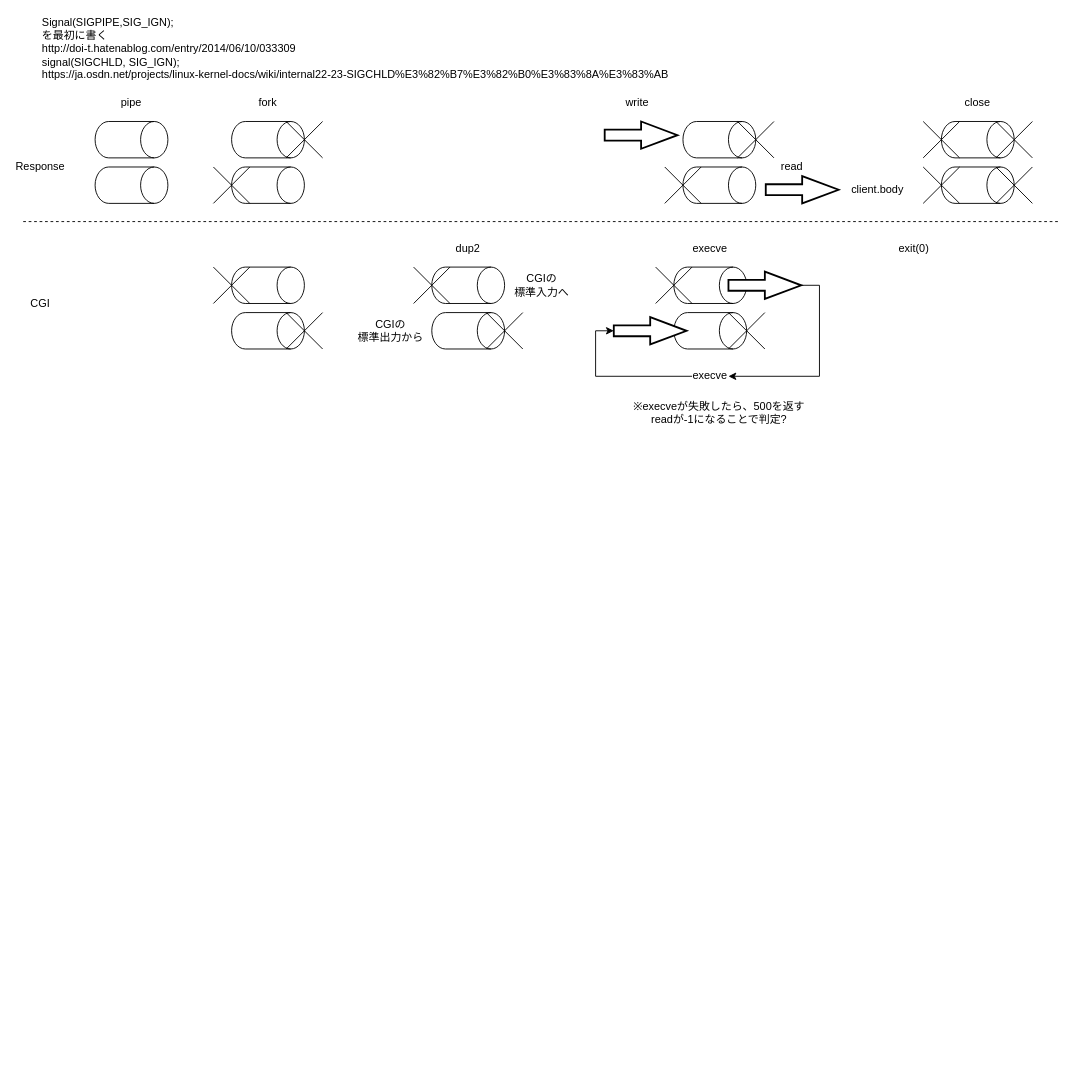
This is drawio/cgi.dio from hiroin/webserv, a draw.io file, before an edit. Source tidied: cells renumbered, new cells numbered last; positions are measured from the earlier drawing's top-left corner, leaving out a move shared by most shapes. Both pictures are drawn from the tidied source at 91%, with x=0, y=0 at pixel (22, 21).
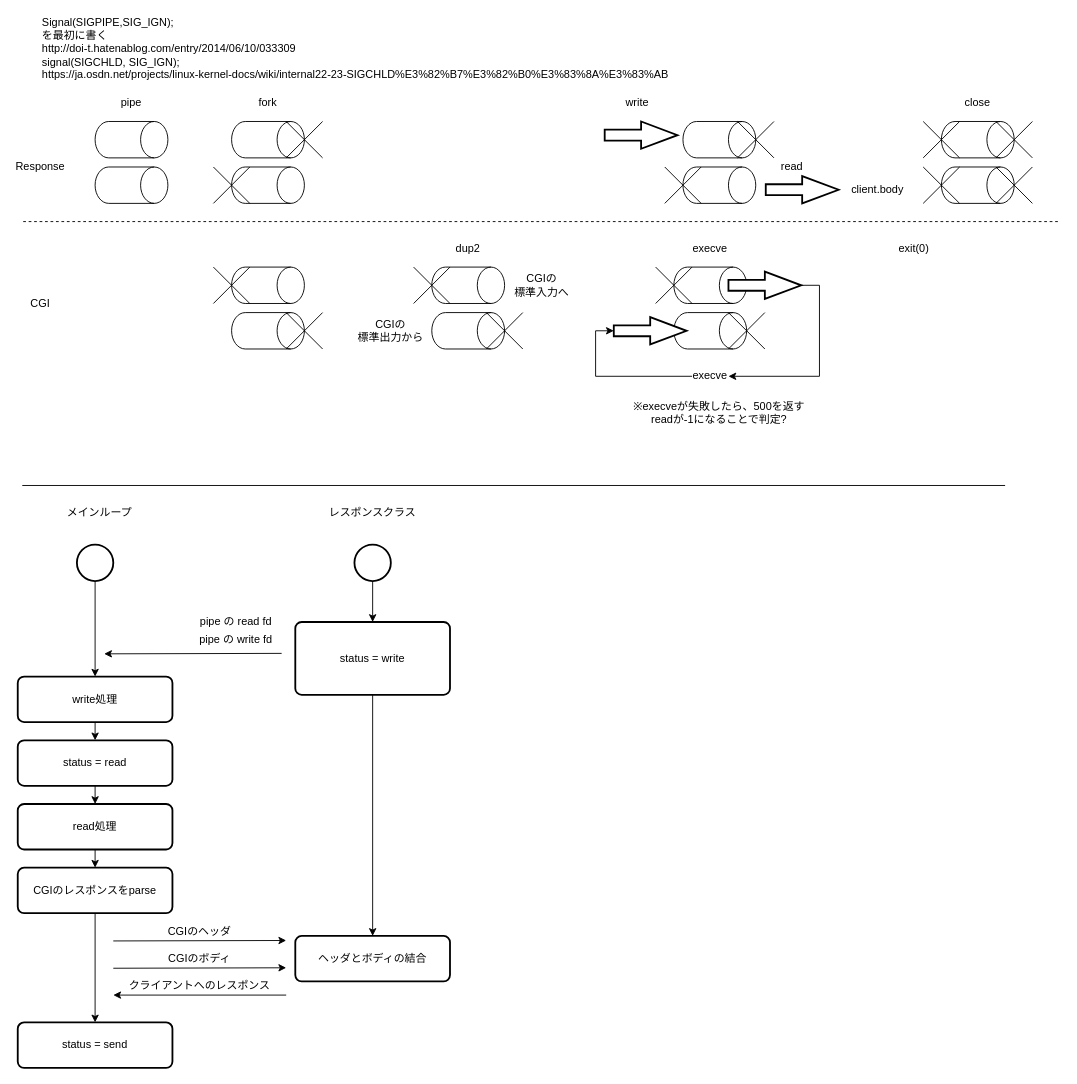
The same diagram, later.

Diff of the diagram source:
```diff
@@
+    <mxCell id="81" style="edgeStyle=orthogonalEdgeStyle;rounded=0;jettySize=auto;html=1;exitX=0.5;exitY=1;exitDx=0;exitDy=0;exitPerimeter=0;entryX=0.5;entryY=0;entryDx=0;entryDy=0;" parent="1" edge="1" source="82" target="84">
+      <mxGeometry relative="1" as="geometry" />
+    </mxCell>
+    <mxCell id="82" style="strokeWidth=2;html=1;shape=mxgraph.flowchart.start_2;whiteSpace=wrap;" parent="1" vertex="1">
+      <mxGeometry x="365" y="575" width="40" height="40" as="geometry" />
+    </mxCell>
+    <mxCell id="83" style="edgeStyle=orthogonalEdgeStyle;rounded=0;jettySize=auto;html=1;exitX=0.5;exitY=1;exitDx=0;exitDy=0;" parent="1" edge="1" source="84" target="105">
+      <mxGeometry relative="1" as="geometry" />
+    </mxCell>
+    <mxCell id="84" value="&lt;div style=&quot;text-align: left&quot;&gt;&lt;span&gt;status = write&lt;/span&gt;&lt;br&gt;&lt;/div&gt;" style="rounded=1;whiteSpace=wrap;html=1;absoluteArcSize=1;arcSize=14;strokeWidth=2;" parent="1" vertex="1">
+      <mxGeometry x="300" y="660" width="170" height="80" as="geometry" />
+    </mxCell>
+    <mxCell id="85" style="endArrow=none;html=1;" parent="1" edge="1">
+      <mxGeometry relative="1" as="geometry">
+        <mxPoint y="510" as="sourcePoint" />
+        <mxPoint x="1080" y="510" as="targetPoint" />
+      </mxGeometry>
+    </mxCell>
+    <mxCell id="86" value="メインループ" style="text;html=1;strokeColor=none;fillColor=none;align=center;verticalAlign=middle;whiteSpace=wrap;rounded=0;" parent="1" vertex="1">
+      <mxGeometry x="30" y="530" width="110" height="20" as="geometry" />
+    </mxCell>
+    <mxCell id="87" value="レスポンスクラス" style="text;html=1;strokeColor=none;fillColor=none;align=center;verticalAlign=middle;whiteSpace=wrap;rounded=0;" parent="1" vertex="1">
+      <mxGeometry x="330" y="530" width="110" height="20" as="geometry" />
+    </mxCell>
+    <mxCell id="88" value="pipe の write fd" style="text;html=1;strokeColor=none;fillColor=none;align=center;verticalAlign=middle;whiteSpace=wrap;rounded=0;" parent="1" vertex="1">
+      <mxGeometry x="170" y="670" width="130" height="20" as="geometry" />
+    </mxCell>
+    <mxCell id="89" style="endArrow=classic;html=1;" parent="1" edge="1">
+      <mxGeometry relative="1" as="geometry">
+        <mxPoint x="285" y="694.5" as="sourcePoint" />
+        <mxPoint x="90" y="695" as="targetPoint" />
+      </mxGeometry>
+    </mxCell>
+    <mxCell id="90" value="pipe の read fd" style="text;html=1;strokeColor=none;fillColor=none;align=center;verticalAlign=middle;whiteSpace=wrap;rounded=0;" parent="1" vertex="1">
+      <mxGeometry x="170" y="650" width="130" height="20" as="geometry" />
+    </mxCell>
+    <mxCell id="91" style="edgeStyle=orthogonalEdgeStyle;rounded=0;jettySize=auto;html=1;exitX=0.5;exitY=1;exitDx=0;exitDy=0;exitPerimeter=0;entryX=0.5;entryY=0;entryDx=0;entryDy=0;" parent="1" edge="1" source="92" target="94">
+      <mxGeometry relative="1" as="geometry" />
+    </mxCell>
+    <mxCell id="92" style="strokeWidth=2;html=1;shape=mxgraph.flowchart.start_2;whiteSpace=wrap;" parent="1" vertex="1">
+      <mxGeometry x="60" y="575" width="40" height="40" as="geometry" />
+    </mxCell>
+    <mxCell id="93" style="edgeStyle=orthogonalEdgeStyle;rounded=0;jettySize=auto;html=1;exitX=0.5;exitY=1;exitDx=0;exitDy=0;entryX=0.5;entryY=0;entryDx=0;entryDy=0;" parent="1" edge="1" source="94" target="96">
+      <mxGeometry relative="1" as="geometry" />
+    </mxCell>
+    <mxCell id="94" value="&lt;div style=&quot;text-align: left&quot;&gt;&lt;span&gt;write処理&lt;/span&gt;&lt;br&gt;&lt;/div&gt;" style="rounded=1;whiteSpace=wrap;html=1;absoluteArcSize=1;arcSize=14;strokeWidth=2;" parent="1" vertex="1">
+      <mxGeometry x="-5" y="720" width="170" height="50" as="geometry" />
+    </mxCell>
+    <mxCell id="95" style="edgeStyle=orthogonalEdgeStyle;rounded=0;jettySize=auto;html=1;exitX=0.5;exitY=1;exitDx=0;exitDy=0;entryX=0.5;entryY=0;entryDx=0;entryDy=0;" parent="1" edge="1" source="96" target="98">
+      <mxGeometry relative="1" as="geometry" />
+    </mxCell>
+    <mxCell id="96" value="&lt;div style=&quot;text-align: left&quot;&gt;status = read&lt;br&gt;&lt;/div&gt;" style="rounded=1;whiteSpace=wrap;html=1;absoluteArcSize=1;arcSize=14;strokeWidth=2;" parent="1" vertex="1">
+      <mxGeometry x="-5" y="790" width="170" height="50" as="geometry" />
+    </mxCell>
+    <mxCell id="97" style="edgeStyle=orthogonalEdgeStyle;rounded=0;jettySize=auto;html=1;exitX=0.5;exitY=1;exitDx=0;exitDy=0;entryX=0.5;entryY=0;entryDx=0;entryDy=0;" parent="1" edge="1" source="98" target="100">
+      <mxGeometry relative="1" as="geometry" />
+    </mxCell>
+    <mxCell id="98" value="&lt;div style=&quot;text-align: left&quot;&gt;read処理&lt;br&gt;&lt;/div&gt;" style="rounded=1;whiteSpace=wrap;html=1;absoluteArcSize=1;arcSize=14;strokeWidth=2;" parent="1" vertex="1">
+      <mxGeometry x="-5" y="860" width="170" height="50" as="geometry" />
+    </mxCell>
+    <mxCell id="99" style="edgeStyle=orthogonalEdgeStyle;rounded=0;jettySize=auto;html=1;exitX=0.5;exitY=1;exitDx=0;exitDy=0;entryX=0.5;entryY=0;entryDx=0;entryDy=0;" parent="1" edge="1" source="100" target="106">
+      <mxGeometry relative="1" as="geometry" />
+    </mxCell>
+    <mxCell id="100" value="&lt;div style=&quot;text-align: left&quot;&gt;CGIのレスポンスをparse&lt;/div&gt;" style="rounded=1;whiteSpace=wrap;html=1;absoluteArcSize=1;arcSize=14;strokeWidth=2;" parent="1" vertex="1">
+      <mxGeometry x="-5" y="930" width="170" height="50" as="geometry" />
+    </mxCell>
+    <mxCell id="101" style="endArrow=classic;html=1;" parent="1" edge="1">
+      <mxGeometry relative="1" as="geometry">
+        <mxPoint x="100" y="1010.5" as="sourcePoint" />
+        <mxPoint x="290" y="1010" as="targetPoint" />
+      </mxGeometry>
+    </mxCell>
+    <mxCell id="102" value="CGIのヘッダ" style="text;html=1;strokeColor=none;fillColor=none;align=center;verticalAlign=middle;whiteSpace=wrap;rounded=0;" parent="1" vertex="1">
+      <mxGeometry x="130" y="990" width="130" height="20" as="geometry" />
+    </mxCell>
+    <mxCell id="103" value="CGIのボディ" style="text;html=1;strokeColor=none;fillColor=none;align=center;verticalAlign=middle;whiteSpace=wrap;rounded=0;" parent="1" vertex="1">
+      <mxGeometry x="130" y="1020" width="130" height="20" as="geometry" />
+    </mxCell>
+    <mxCell id="104" style="endArrow=classic;html=1;" parent="1" edge="1">
+      <mxGeometry relative="1" as="geometry">
+        <mxPoint x="100" y="1040.5" as="sourcePoint" />
+        <mxPoint x="290" y="1040" as="targetPoint" />
+      </mxGeometry>
+    </mxCell>
+    <mxCell id="105" value="&lt;div style=&quot;text-align: left&quot;&gt;ヘッダとボディの結合&lt;br&gt;&lt;/div&gt;" style="rounded=1;whiteSpace=wrap;html=1;absoluteArcSize=1;arcSize=14;strokeWidth=2;" parent="1" vertex="1">
+      <mxGeometry x="300" y="1005" width="170" height="50" as="geometry" />
+    </mxCell>
+    <mxCell id="106" value="&lt;div style=&quot;text-align: left&quot;&gt;status = send&lt;br&gt;&lt;/div&gt;" style="rounded=1;whiteSpace=wrap;html=1;absoluteArcSize=1;arcSize=14;strokeWidth=2;" parent="1" vertex="1">
+      <mxGeometry x="-5" y="1100" width="170" height="50" as="geometry" />
+    </mxCell>
+    <mxCell id="107" style="endArrow=classic;html=1;" parent="1" edge="1">
+      <mxGeometry relative="1" as="geometry">
+        <mxPoint x="290" y="1070" as="sourcePoint" />
+        <mxPoint x="100" y="1070" as="targetPoint" />
+      </mxGeometry>
+    </mxCell>
+    <mxCell id="108" value="クライアントへのレスポンス" style="text;html=1;strokeColor=none;fillColor=none;align=center;verticalAlign=middle;whiteSpace=wrap;rounded=0;" parent="1" vertex="1">
+      <mxGeometry x="110" y="1050" width="170" height="20" as="geometry" />
+    </mxCell>
```
